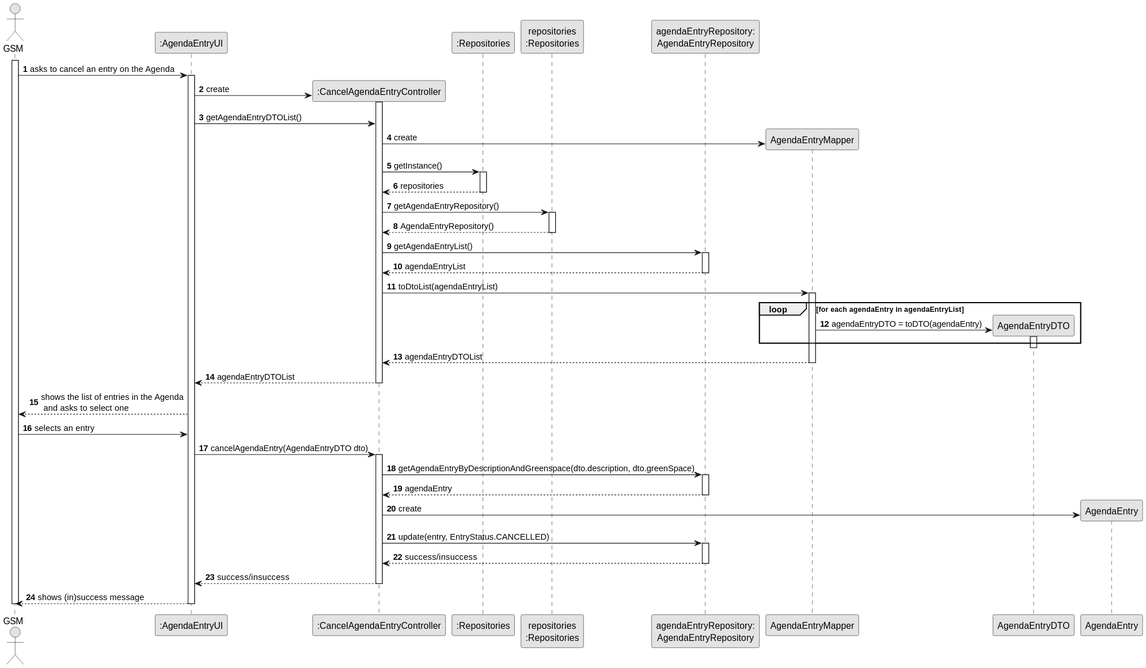
This is docs/sprintC/us025/03.design/svg/us025-sequence-diagram-full.svg from Departamento-de-Engenharia-Informatica/lei-24-s2-1do-g164, a PlantUML export, as it was before one commit.
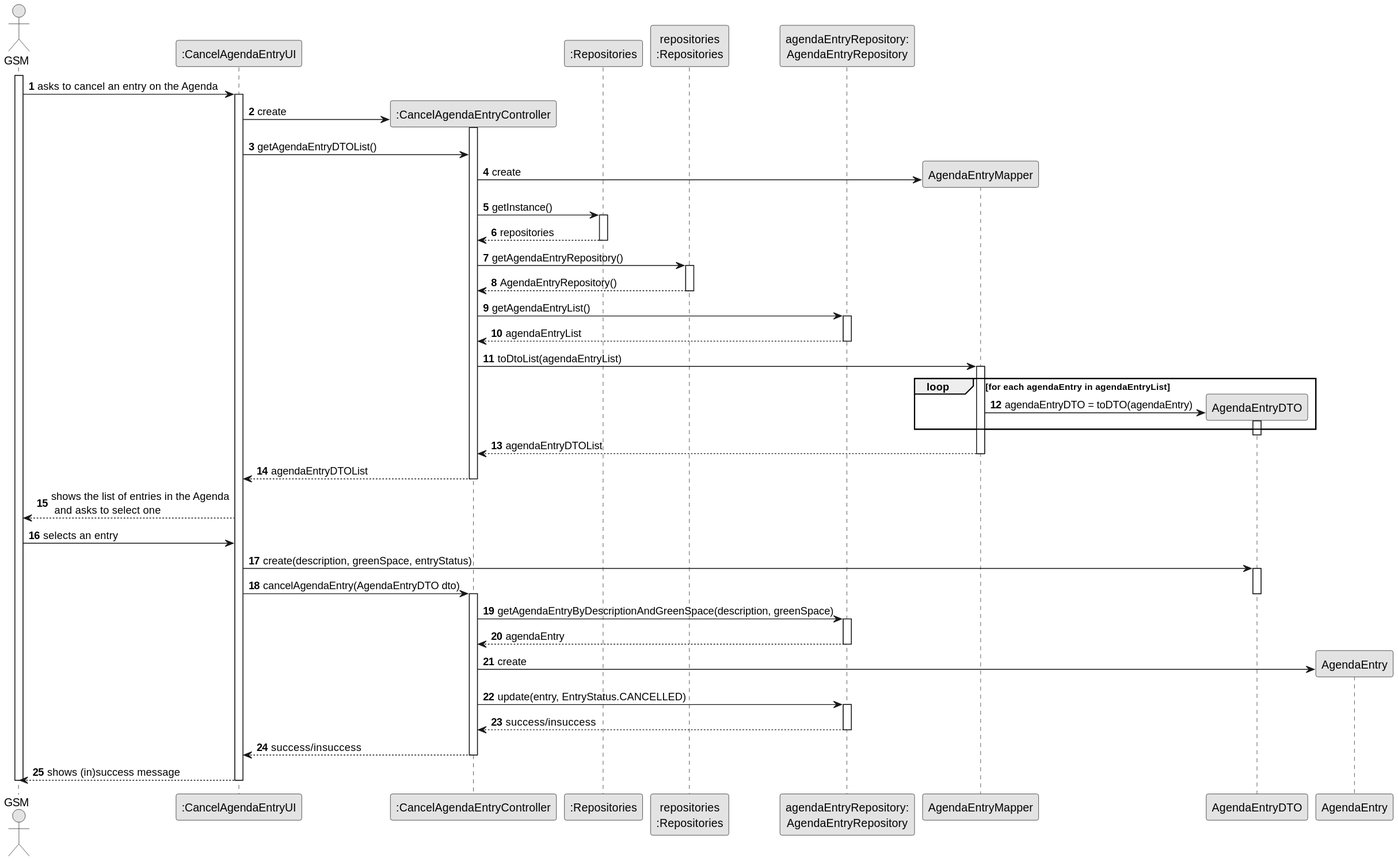
Later version of the same file.

The edit, as a diff of the source:
```diff
@@ -6,7 +6,7 @@
 autonumber
 
 actor "GSM" as GSM
-participant ":AgendaEntryUI" as UI
+participant ":CancelAgendaEntryUI" as UI
 participant ":CancelAgendaEntryController" as CTRL
 participant ":Repositories" as RepositorySingleton
 participant "repositories\n:Repositories" as PLAT
@@ -80,10 +80,14 @@
 
                  GSM-> UI: selects an entry
 
+                 UI-> "AgendaEntryDTO": create(description, greenSpace, entryStatus)
+                 activate "AgendaEntryDTO"
+
                 UI-> CTRL: cancelAgendaEntry(AgendaEntryDTO dto)
+                deactivate "AgendaEntryDTO"
                 activate CTRL
 
-                CTRL-> Repo: getAgendaEntryByDescriptionAndGreenspace(dto.description, dto.greenSpace)
+                CTRL-> Repo: getAgendaEntryByDescriptionAndGreenSpace(description, greenSpace)
                 activate Repo
                 Repo-->CTRL: agendaEntry
                 deactivate Repo
@@ -91,6 +95,7 @@
 
 
                 CTRL-> Repo: update(entry, EntryStatus.CANCELLED)
+
                 activate Repo
                 Repo-->CTRL: success/insuccess
 
```
